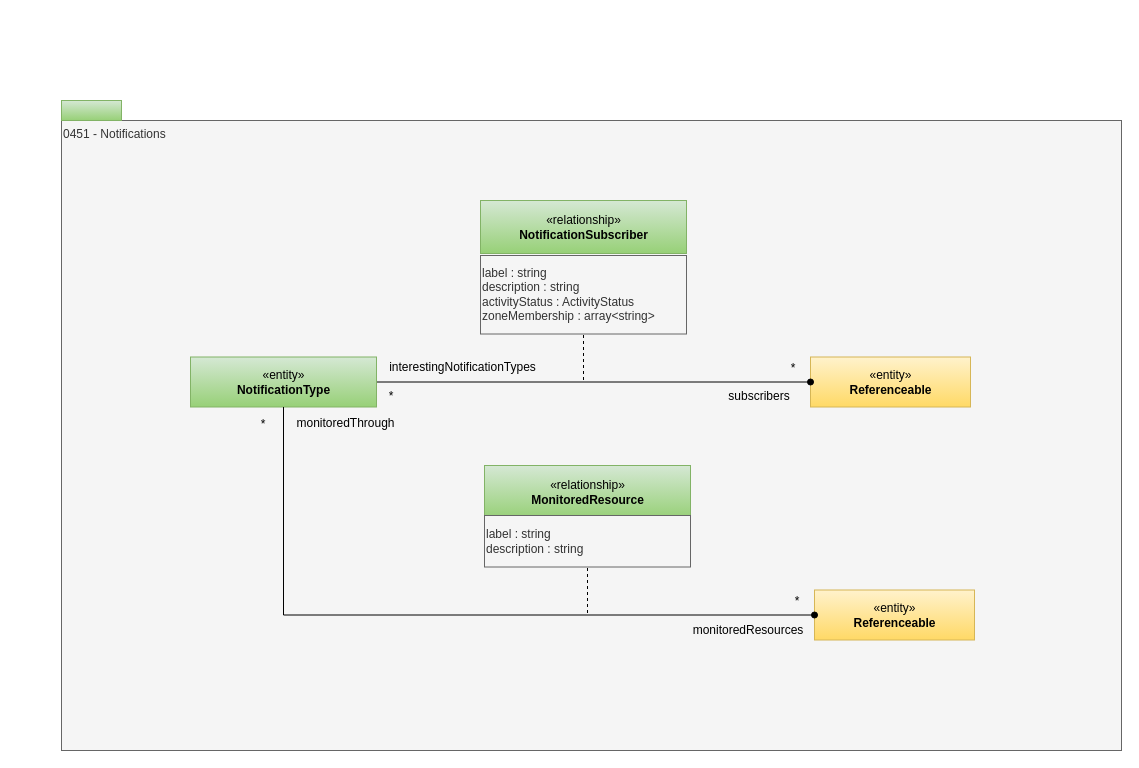
odpi/egeria-docs keeps this draw.io diagram as page "0451-Notifications" (17 of 30) of site/docs/types/4/area-4-governance.drawio. Above is the earlier version. Source tidied: cells renumbered, new cells numbered last; positions are measured from the earlier drawing's top-left corner, leaving out a move shared by most shapes. Both pictures are drawn from the tidied source at 100%, with x=0, y=0 at pixel (61, 100).
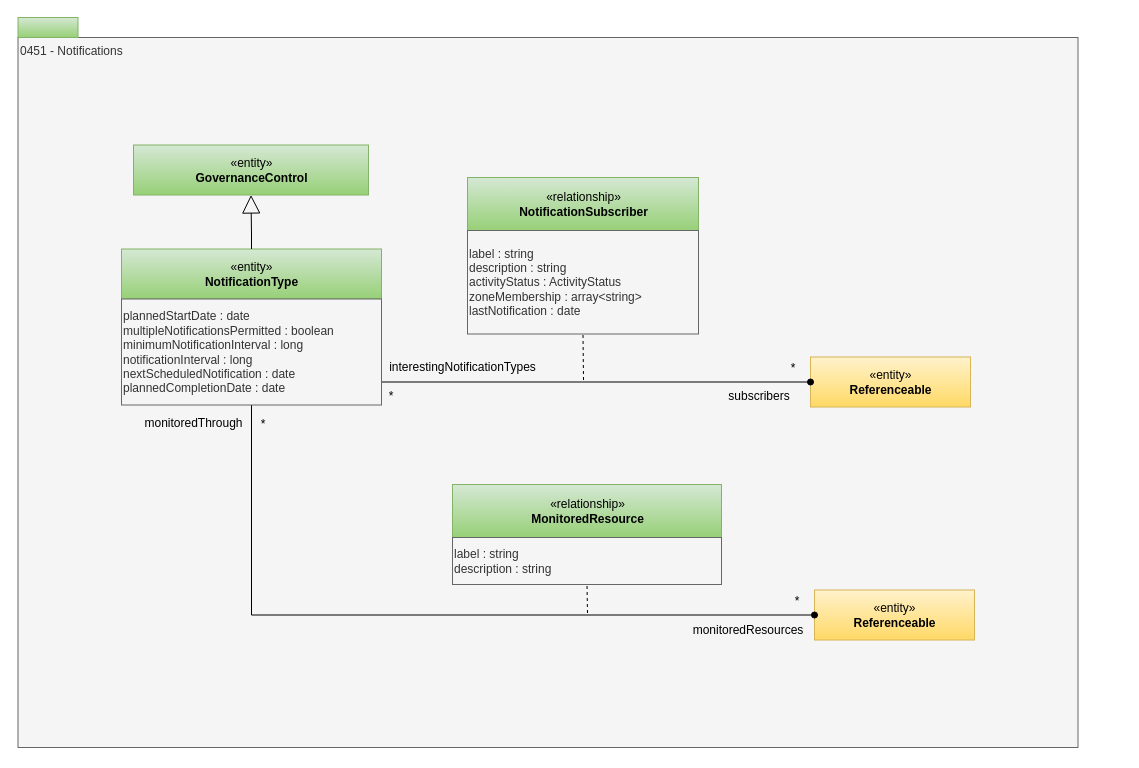
The same page after the edit.

The change refers to these unchanged cells:
```xml
<mxCell id="3" value="«entity»&lt;br&gt;&lt;b&gt;Referenceable&lt;/b&gt;" style="html=1;strokeColor=#d6b656;align=center;fillColor=#fff2cc;gradientColor=#ffd966;" parent="1" vertex="1">
  <mxGeometry x="749" y="256.5" width="160" height="50" as="geometry" />
</mxCell>
<mxCell id="14" value="«entity»&lt;br&gt;&lt;b&gt;Referenceable&lt;/b&gt;" style="html=1;strokeColor=#d6b656;align=center;fillColor=#fff2cc;gradientColor=#ffd966;" parent="1" vertex="1">
  <mxGeometry x="753" y="489.5" width="160" height="50" as="geometry" />
</mxCell>
```

The edit, as a diff of the source:
```diff
@@
     <mxCell id="2" value="0451 - Notifications" style="rounded=0;whiteSpace=wrap;html=1;align=left;verticalAlign=top;fillColor=#f5f5f5;fontColor=#333333;strokeColor=#666666;" parent="1" vertex="1">
-      <mxGeometry y="20" width="1060" height="630" as="geometry" />
+      <mxGeometry x="-43.5" y="-63" width="1060" height="710" as="geometry" />
     </mxCell>
@@
     <mxCell id="5" value="«relationship»&lt;br&gt;&lt;b&gt;NotificationSubscriber&lt;/b&gt;" style="html=1;strokeColor=#82b366;align=center;fillColor=#d5e8d4;gradientColor=#97d077;" parent="1" vertex="1">
-      <mxGeometry x="419" y="100" width="206" height="53" as="geometry" />
+      <mxGeometry x="406" y="77" width="231" height="53" as="geometry" />
     </mxCell>
@@
-    <mxCell id="7" value="label : string&lt;div&gt;description : string&lt;/div&gt;&lt;div&gt;activityStatus : ActivityStatus&lt;/div&gt;&lt;div&gt;zoneMembership : array&amp;lt;string&amp;gt;&lt;/div&gt;" style="rounded=0;whiteSpace=wrap;html=1;strokeColor=#666666;align=left;fillColor=#f5f5f5;fontColor=#333333;" parent="1" vertex="1">
-      <mxGeometry x="419" y="155" width="206" height="78.5" as="geometry" />
+    <mxCell id="7" value="label : string&lt;div&gt;description : string&lt;/div&gt;&lt;div&gt;activityStatus : ActivityStatus&lt;/div&gt;&lt;div&gt;zoneMembership : array&amp;lt;string&amp;gt;&lt;/div&gt;&lt;div&gt;lastNotification : date&lt;/div&gt;" style="rounded=0;whiteSpace=wrap;html=1;strokeColor=#666666;align=left;fillColor=#f5f5f5;fontColor=#333333;" parent="1" vertex="1">
+      <mxGeometry x="406" y="130" width="231" height="103.5" as="geometry" />
     </mxCell>
@@
     <mxCell id="11" style="rounded=0;whiteSpace=wrap;html=1;align=left;fillColor=#d5e8d4;strokeColor=#82b366;gradientColor=#97d077;" parent="1" vertex="1">
-      <mxGeometry width="60" height="20" as="geometry" />
+      <mxGeometry x="-43.5" y="-83" width="60" height="20" as="geometry" />
     </mxCell>
-    <mxCell id="12" style="edgeStyle=orthogonalEdgeStyle;rounded=0;html=1;entryX=1;entryY=0.5;jettySize=auto;endArrow=none;endFill=0;startArrow=oval;startFill=1;entryDx=0;entryDy=0;" parent="1" edge="1" source="3" target="13">
-      <mxGeometry relative="1" as="geometry" />
+    <mxCell id="12" style="edgeStyle=orthogonalEdgeStyle;rounded=0;html=1;entryX=1;entryY=0.5;jettySize=auto;endArrow=none;endFill=0;startArrow=oval;startFill=1;entryDx=0;entryDy=0;" parent="1" edge="1" source="3">
+      <mxGeometry relative="1" as="geometry">
+        <mxPoint x="315" y="281.5" as="targetPoint" />
+      </mxGeometry>
     </mxCell>
-    <mxCell id="13" value="«entity»&lt;br&gt;&lt;b&gt;NotificationType&lt;/b&gt;" style="html=1;strokeColor=#82b366;align=center;fillColor=#d5e8d4;gradientColor=#97d077;" parent="1" vertex="1">
-      <mxGeometry x="129" y="256.5" width="186" height="50" as="geometry" />
-    </mxCell>
@@
     <mxCell id="16" value="«relationship»&lt;br&gt;&lt;b&gt;MonitoredResource&lt;/b&gt;" style="html=1;strokeColor=#82b366;align=center;fillColor=#d5e8d4;gradientColor=#97d077;" parent="1" vertex="1">
-      <mxGeometry x="423" y="365" width="206" height="53" as="geometry" />
+      <mxGeometry x="391" y="384" width="269" height="53" as="geometry" />
     </mxCell>
@@
     <mxCell id="18" value="label : string&lt;div&gt;description : string&lt;/div&gt;" style="rounded=0;whiteSpace=wrap;html=1;strokeColor=#666666;align=left;fillColor=#f5f5f5;fontColor=#333333;" parent="1" vertex="1">
-      <mxGeometry x="423" y="415" width="206" height="51.5" as="geometry" />
+      <mxGeometry x="391" y="437" width="269" height="47" as="geometry" />
     </mxCell>
     <mxCell id="19" value="monitoredThrough" style="text;html=1;strokeColor=none;fillColor=none;align=center;verticalAlign=middle;whiteSpace=wrap;rounded=0;" parent="1" vertex="1">
-      <mxGeometry x="252" y="313" width="65" height="20" as="geometry" />
+      <mxGeometry x="100" y="313" width="65" height="20" as="geometry" />
     </mxCell>
@@
-    <mxCell id="22" style="edgeStyle=orthogonalEdgeStyle;rounded=0;html=1;entryX=0.5;entryY=1;jettySize=auto;endArrow=none;endFill=0;startArrow=oval;startFill=1;entryDx=0;entryDy=0;" parent="1" edge="1" source="14" target="13">
+    <mxCell id="22" style="edgeStyle=orthogonalEdgeStyle;rounded=0;html=1;entryX=0.5;entryY=1;jettySize=auto;endArrow=none;endFill=0;startArrow=oval;startFill=1;entryDx=0;entryDy=0;" parent="1" edge="1" source="14" target="24">
       <mxGeometry relative="1" as="geometry" />
     </mxCell>
+    <mxCell id="23" value="«entity»&lt;br&gt;&lt;b&gt;GovernanceControl&lt;/b&gt;" style="html=1;strokeColor=#82b366;align=center;fillColor=#d5e8d4;gradientColor=#97d077;" parent="1" vertex="1">
+      <mxGeometry x="72" y="44.5" width="235" height="50" as="geometry" />
+    </mxCell>
+    <mxCell id="13" value="«entity»&lt;br&gt;&lt;b&gt;NotificationType&lt;/b&gt;" style="html=1;strokeColor=#82b366;align=center;fillColor=#d5e8d4;gradientColor=#97d077;" parent="1" vertex="1">
+      <mxGeometry x="60" y="148.5" width="260" height="50" as="geometry" />
+    </mxCell>
+    <mxCell id="24" value="plannedStartDate : date&lt;div&gt;multipleNotificationsPermitted : boolean&lt;/div&gt;&lt;div&gt;minimumNotificationInterval : long&lt;br&gt;&lt;div&gt;notificationInterval : long&lt;/div&gt;&lt;div&gt;nextScheduledNotification : date&lt;/div&gt;&lt;div&gt;plannedCompletionDate : date&lt;/div&gt;&lt;/div&gt;" style="rounded=0;whiteSpace=wrap;html=1;strokeColor=#666666;align=left;fillColor=#f5f5f5;fontColor=#333333;" parent="1" vertex="1">
+      <mxGeometry x="60" y="198.5" width="260" height="106" as="geometry" />
+    </mxCell>
+    <mxCell id="25" style="edgeStyle=orthogonalEdgeStyle;rounded=0;jettySize=auto;html=1;endArrow=block;endFill=0;endSize=16;exitX=0.5;exitY=0;exitDx=0;exitDy=0;entryX=0.5;entryY=1;entryDx=0;entryDy=0;" parent="1" edge="1" source="13" target="23">
+      <mxGeometry relative="1" as="geometry">
+        <Array as="points">
+          <mxPoint x="190" y="134.5" />
+        </Array>
+      </mxGeometry>
+    </mxCell>
```
